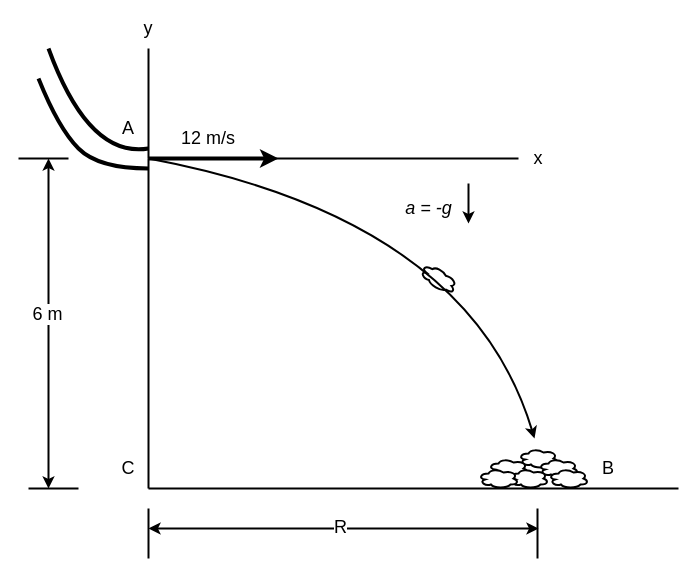
smiths/caseStudies keeps this draw.io diagram as CaseStudies/projectileLesson/SackExample.drawio. Above is the earlier version. Source tidied: cells renumbered, new cells numbered last; positions are measured from the earlier drawing's top-left corner, leaving out a move shared by most shapes. Both pictures are drawn from the tidied source at 100%, with x=0, y=0 at pixel (18, 18).
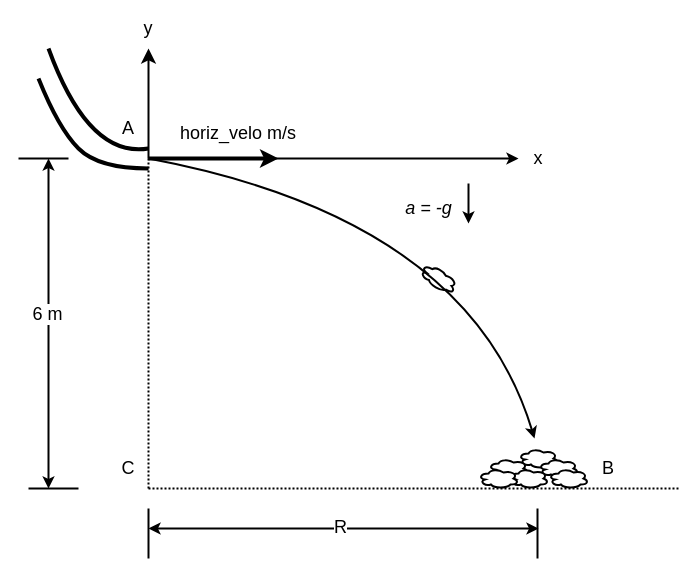
The same diagram, later.

Commit message (it also covers changes not shown here):
Updates to sack example to not show specific velo, since it is a changeable "input"

Change to the diagram source:
```diff
@@
-    <mxCell id="5" style="endArrow=none;html=1;strokeWidth=2;" parent="1" edge="1">
+    <mxCell id="5" style="endArrow=classic;html=1;strokeWidth=2;endFill=1;" parent="1" edge="1">
       <mxGeometry relative="1" as="geometry">
         <mxPoint x="130" y="140" as="sourcePoint" />
         <mxPoint x="500" y="140" as="targetPoint" />
       </mxGeometry>
     </mxCell>
-    <mxCell id="6" style="endArrow=none;html=1;strokeWidth=2;endFill=0;" parent="1" edge="1">
+    <mxCell id="6" style="endArrow=classic;html=1;strokeWidth=2;endFill=1;startArrow=none;startFill=0;endSize=9;startSize=8;jumpSize=5;" parent="1" edge="1">
       <mxGeometry relative="1" as="geometry">
         <mxPoint x="130" y="140" as="sourcePoint" />
         <mxPoint x="130" y="30" as="targetPoint" />
       </mxGeometry>
     </mxCell>
-    <mxCell id="7" style="endArrow=none;html=1;strokeWidth=2;" parent="1" edge="1">
+    <mxCell id="7" style="endArrow=none;html=1;strokeWidth=2;dashed=1;dashPattern=1 1;" parent="1" edge="1">
       <mxGeometry relative="1" as="geometry">
         <mxPoint x="130" y="470" as="sourcePoint" />
         <mxPoint x="130" y="140" as="targetPoint" />
       </mxGeometry>
     </mxCell>
@@
-    <mxCell id="15" style="endArrow=none;html=1;strokeWidth=2;" parent="1" edge="1">
+    <mxCell id="15" style="endArrow=none;html=1;strokeWidth=2;dashed=1;dashPattern=1 1;" parent="1" edge="1">
       <mxGeometry relative="1" as="geometry">
         <mxPoint x="130" y="470" as="sourcePoint" />
         <mxPoint x="660" y="470" as="targetPoint" />
       </mxGeometry>
     </mxCell>
@@
-    <mxCell id="30" value="12 m/s" style="text;html=1;strokeColor=none;fillColor=none;align=center;verticalAlign=middle;whiteSpace=wrap;rounded=0;fontSize=18;" parent="1" vertex="1">
-      <mxGeometry x="160" y="110" width="60" height="20" as="geometry" />
+    <mxCell id="30" value="horiz_velo m/s" style="text;html=1;strokeColor=none;fillColor=none;align=center;verticalAlign=middle;whiteSpace=wrap;rounded=0;fontSize=18;" parent="1" vertex="1">
+      <mxGeometry x="160" y="100" width="120" height="30" as="geometry" />
     </mxCell>
```
